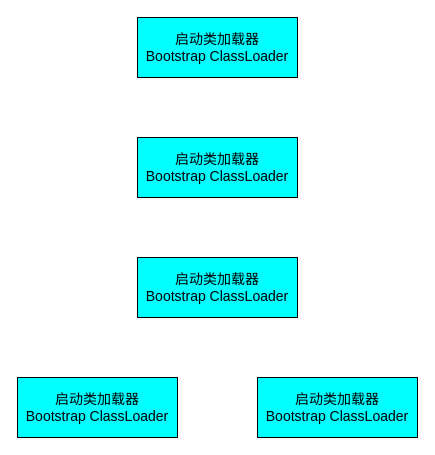
The draw.io diagram diagrams/Untitled Diagram.drawio in elijah398/AndroidLearning, before the edit. Source tidied: cells renumbered, new cells numbered last; positions are measured from the earlier drawing's top-left corner, leaving out a move shared by most shapes. Both pictures are drawn from the tidied source at 100%, with x=0, y=0 at pixel (17, 17).
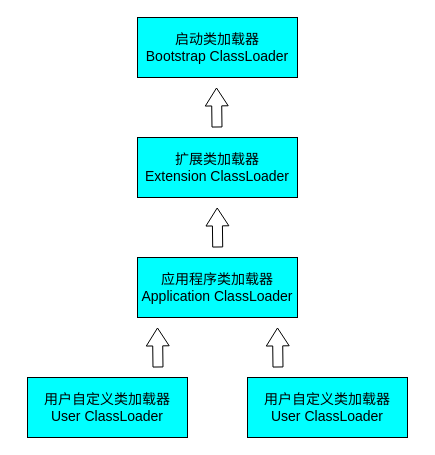
The same diagram, later.

Change to the diagram source:
```diff
@@
 <mxGraphModel>
   <root>
     <mxCell id="0" />
     <mxCell id="1" parent="0" />
     <mxCell id="2" value="&lt;font style=&quot;font-size: 14px;&quot;&gt;启动类加载器&lt;br&gt;Bootstrap ClassLoader&lt;br&gt;&lt;/font&gt;" style="rounded=0;whiteSpace=wrap;html=1;fillColor=#00FFFF;" parent="1" vertex="1">
       <mxGeometry x="120" width="160" height="60" as="geometry" />
     </mxCell>
-    <mxCell id="3" value="&lt;font style=&quot;font-size: 14px;&quot;&gt;启动类加载器&lt;br&gt;Bootstrap ClassLoader&lt;br&gt;&lt;/font&gt;" style="rounded=0;whiteSpace=wrap;html=1;fillColor=#00FFFF;" parent="1" vertex="1">
+    <mxCell id="3" value="&lt;font style=&quot;font-size: 14px;&quot;&gt;扩展类加载器&lt;br&gt;Extension ClassLoader&lt;br&gt;&lt;/font&gt;" style="rounded=0;whiteSpace=wrap;html=1;fillColor=#00FFFF;" parent="1" vertex="1">
       <mxGeometry x="120" y="120" width="160" height="60" as="geometry" />
     </mxCell>
-    <mxCell id="4" value="&lt;font style=&quot;font-size: 14px;&quot;&gt;启动类加载器&lt;br&gt;Bootstrap ClassLoader&lt;br&gt;&lt;/font&gt;" style="rounded=0;whiteSpace=wrap;html=1;fillColor=#00FFFF;" parent="1" vertex="1">
+    <mxCell id="4" value="&lt;font style=&quot;font-size: 14px;&quot;&gt;应用程序类加载器&lt;br&gt;Application ClassLoader&lt;br&gt;&lt;/font&gt;" style="rounded=0;whiteSpace=wrap;html=1;fillColor=#00FFFF;" parent="1" vertex="1">
       <mxGeometry x="120" y="240" width="160" height="60" as="geometry" />
     </mxCell>
-    <mxCell id="5" value="&lt;font style=&quot;font-size: 14px;&quot;&gt;启动类加载器&lt;br&gt;Bootstrap ClassLoader&lt;br&gt;&lt;/font&gt;" style="rounded=0;whiteSpace=wrap;html=1;fillColor=#00FFFF;" parent="1" vertex="1">
-      <mxGeometry y="360" width="160" height="60" as="geometry" />
+    <mxCell id="5" value="&lt;font style=&quot;font-size: 14px;&quot;&gt;用户自定义类加载器&lt;br&gt;User ClassLoader&lt;br&gt;&lt;/font&gt;" style="rounded=0;whiteSpace=wrap;html=1;fillColor=#00FFFF;" parent="1" vertex="1">
+      <mxGeometry x="10" y="360" width="160" height="60" as="geometry" />
     </mxCell>
-    <mxCell id="6" value="&lt;font style=&quot;font-size: 14px;&quot;&gt;启动类加载器&lt;br&gt;Bootstrap ClassLoader&lt;br&gt;&lt;/font&gt;" style="rounded=0;whiteSpace=wrap;html=1;fillColor=#00FFFF;" parent="1" vertex="1">
-      <mxGeometry x="240" y="360" width="160" height="60" as="geometry" />
+    <mxCell id="6" value="&lt;font style=&quot;font-size: 14px;&quot;&gt;用户自定义类加载器&lt;br&gt;User ClassLoader&lt;br&gt;&lt;/font&gt;" style="rounded=0;whiteSpace=wrap;html=1;fillColor=#00FFFF;" parent="1" vertex="1">
+      <mxGeometry x="230" y="360" width="160" height="60" as="geometry" />
     </mxCell>
+    <mxCell id="7" style="shape=flexArrow;endArrow=classic;html=1;rounded=0;fontSize=14;fontColor=#000000;endWidth=11.891891891891891;endSize=5.6378378378378375;" parent="1" edge="1">
+      <mxGeometry relative="1" as="geometry">
+        <mxPoint x="199.5" y="110" as="sourcePoint" />
+        <mxPoint x="199" y="70" as="targetPoint" />
+      </mxGeometry>
+    </mxCell>
+    <mxCell id="8" style="shape=flexArrow;endArrow=classic;html=1;rounded=0;fontSize=14;fontColor=#000000;endWidth=11.891891891891891;endSize=5.6378378378378375;" parent="1" edge="1">
+      <mxGeometry relative="1" as="geometry">
+        <mxPoint x="200.2" y="230" as="sourcePoint" />
+        <mxPoint x="199.7" y="190" as="targetPoint" />
+      </mxGeometry>
+    </mxCell>
+    <mxCell id="9" style="shape=flexArrow;endArrow=classic;html=1;rounded=0;fontSize=14;fontColor=#000000;endWidth=11.891891891891891;endSize=5.6378378378378375;" parent="1" edge="1">
+      <mxGeometry relative="1" as="geometry">
+        <mxPoint x="140.5" y="350" as="sourcePoint" />
+        <mxPoint x="140" y="310" as="targetPoint" />
+      </mxGeometry>
+    </mxCell>
+    <mxCell id="10" style="shape=flexArrow;endArrow=classic;html=1;rounded=0;fontSize=14;fontColor=#000000;endWidth=11.891891891891891;endSize=5.6378378378378375;" parent="1" edge="1">
+      <mxGeometry relative="1" as="geometry">
+        <mxPoint x="260.5" y="350" as="sourcePoint" />
+        <mxPoint x="260" y="310" as="targetPoint" />
+      </mxGeometry>
+    </mxCell>
   </root>
 </mxGraphModel>
```
